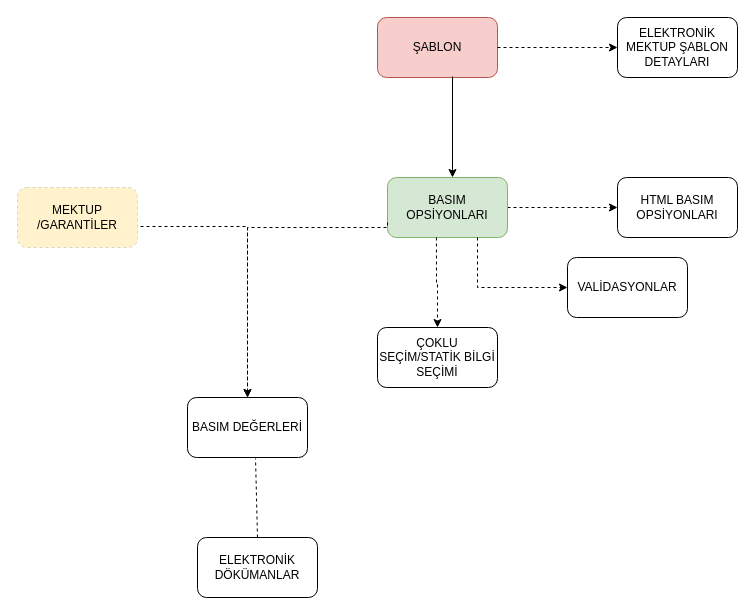
Above: template-print.drawio in dEMonaRE/etmp (draw.io), before the change. Source tidied: cells renumbered, new cells numbered last; positions are measured from the earlier drawing's top-left corner, leaving out a move shared by most shapes. Both pictures are drawn from the tidied source at 100%, with x=0, y=0 at pixel (17, 17).
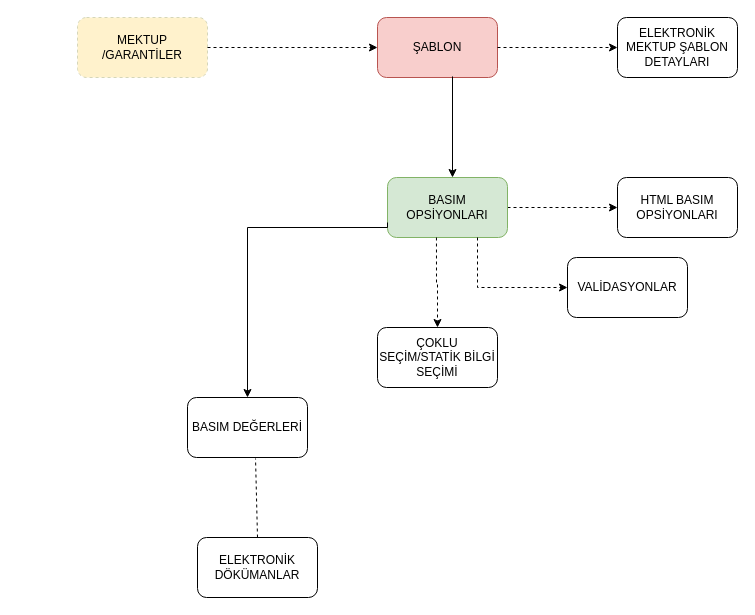
The same diagram, later.

The change refers to these unchanged cells:
```xml
<mxCell id="2" value="ŞABLON" style="rounded=1;whiteSpace=wrap;html=1;fillColor=#f8cecc;strokeColor=#b85450;" parent="1" vertex="1">
  <mxGeometry x="360" width="120" height="60" as="geometry" />
</mxCell>
<mxCell id="5" value="BASIM OPSİYONLARI" style="rounded=1;whiteSpace=wrap;html=1;fillColor=#d5e8d4;strokeColor=#82b366;" parent="1" vertex="1">
  <mxGeometry x="370" y="160" width="120" height="60" as="geometry" />
</mxCell>
<mxCell id="14" value="BASIM DEĞERLERİ" style="rounded=1;whiteSpace=wrap;html=1;" parent="1" vertex="1">
  <mxGeometry x="170" y="380" width="120" height="60" as="geometry" />
</mxCell>
```

The edit, as a diff of the source:
```diff
@@
     <mxCell id="13" value="MEKTUP /GARANTİLER" style="rounded=1;whiteSpace=wrap;html=1;dashed=1;fillColor=#fff2cc;strokeColor=#D5D6B8;" parent="1" vertex="1">
-      <mxGeometry y="170" width="120" height="60" as="geometry" />
+      <mxGeometry x="60" width="130" height="60" as="geometry" />
     </mxCell>
@@
-    <mxCell id="15" style="edgeStyle=orthogonalEdgeStyle;rounded=0;jettySize=auto;html=1;dashed=1;exitX=1.025;exitY=0.65;exitDx=0;exitDy=0;exitPerimeter=0;" parent="1" edge="1" source="13" target="14">
-      <mxGeometry relative="1" as="geometry">
-        <Array as="points">
-          <mxPoint x="230" y="209" />
-        </Array>
-      </mxGeometry>
+    <mxCell id="15" style="edgeStyle=orthogonalEdgeStyle;rounded=0;jettySize=auto;html=1;dashed=1;entryX=0;entryY=0.5;entryDx=0;entryDy=0;" parent="1" edge="1" source="13" target="2">
+      <mxGeometry relative="1" as="geometry" />
     </mxCell>
-    <mxCell id="16" style="edgeStyle=orthogonalEdgeStyle;rounded=0;jettySize=auto;html=1;dashed=1;exitX=0;exitY=0.75;exitDx=0;exitDy=0;entryX=0.5;entryY=0;entryDx=0;entryDy=0;" parent="1" edge="1" source="5" target="14">
+    <mxCell id="16" style="edgeStyle=orthogonalEdgeStyle;rounded=0;jettySize=auto;html=1;exitX=0;exitY=0.75;exitDx=0;exitDy=0;entryX=0.5;entryY=0;entryDx=0;entryDy=0;" parent="1" edge="1" source="5" target="14">
       <mxGeometry relative="1" as="geometry">
         <Array as="points">
           <mxPoint x="370" y="210" />
           <mxPoint x="230" y="210" />
         </Array>
       </mxGeometry>
     </mxCell>
```
